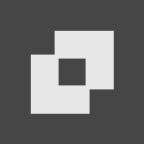
Earlier version of the draw.io diagram src/resource/icons/difference_btn.drawio (chen6556/DSV). Source tidied: cells renumbered, new cells numbered last; positions are measured from the earlier drawing's top-left corner, leaving out a move shared by most shapes. Both pictures are drawn from the tidied source at 200%, with x=0, y=0 at pixel (32, 32).
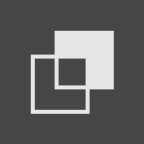
After the change.

Commit message (it also covers changes not shown here):
修改差集按钮图标.

Change to the diagram source:
```diff
@@
 <mxGraphModel background="#464647">
   <root>
     <mxCell id="0" />
     <mxCell id="1" parent="0" />
     <mxCell id="2" style="rounded=0;whiteSpace=wrap;html=1;fillColor=none;strokeColor=#E6E6E6;strokeWidth=2;" parent="1" vertex="1">
       <mxGeometry x="-0.1" y="11.8" width="27.4" height="27.6" as="geometry" />
     </mxCell>
     <mxCell id="3" style="rounded=0;whiteSpace=wrap;html=1;fillColor=none;strokeColor=#E6E6E6;strokeWidth=2;" parent="1" vertex="1">
       <mxGeometry x="11.8" y="-0.1" width="27.6" height="27.3" as="geometry" />
     </mxCell>
     <mxCell id="4" style="rounded=0;whiteSpace=wrap;html=1;fillColor=#E6E6E6;strokeColor=#E6E6E6;" parent="1" vertex="1">
       <mxGeometry x="11.8" width="27.6" height="11.8" as="geometry" />
     </mxCell>
     <mxCell id="5" style="rounded=0;whiteSpace=wrap;html=1;strokeColor=#E6E6E6;fillColor=#E6E6E6;" parent="1" vertex="1">
       <mxGeometry x="27.4" y="10.7" width="11.9" height="16.6" as="geometry" />
     </mxCell>
-    <mxCell id="6" style="rounded=0;whiteSpace=wrap;html=1;fillColor=#E6E6E6;strokeColor=#E6E6E6;" parent="1" vertex="1">
-      <mxGeometry x="-0.2" y="27.2" width="27.6" height="11.8" as="geometry" />
-    </mxCell>
-    <mxCell id="7" style="rounded=0;whiteSpace=wrap;html=1;strokeColor=#E6E6E6;fillColor=#E6E6E6;" parent="1" vertex="1">
-      <mxGeometry x="-0.1" y="11.7" width="11.9" height="16.6" as="geometry" />
-    </mxCell>
   </root>
 </mxGraphModel>
```
